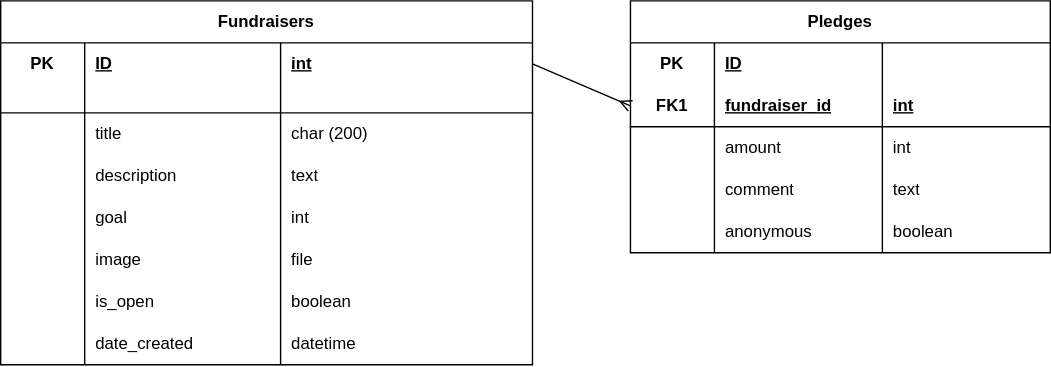
This is database.drawio.svg from stephanite9/crowdfunding_back_end, a draw.io export, as it was before one commit. Source tidied: cells renumbered, new cells last; positions are measured from the earlier drawing's top-left corner, leaving out a move shared by most shapes. Source of this version:
```xml
<mxGraphModel>
  <root>
    <mxCell id="0" />
    <mxCell id="1" parent="0" />
    <mxCell id="2" value="Fundraisers" style="shape=table;startSize=30;rowLines=0;fontStyle=1;align=center;html=1;whiteSpace=wrap;" parent="1" vertex="1">
      <mxGeometry width="380" height="260" as="geometry" />
    </mxCell>
    <mxCell id="3" style="shape=tableRow;horizontal=0;startSize=0;swimlaneHead=0;swimlaneBody=0;fillColor=none;points=[[0,0.5],[1,0.5]];portConstraint=eastwest;top=0;left=0;right=0;bottom=0;html=1;" parent="2" vertex="1">
      <mxGeometry y="30" width="380" height="30" as="geometry" />
    </mxCell>
    <mxCell id="4" value="PK" style="shape=partialRectangle;fillColor=none;top=0;left=0;bottom=0;right=0;fontStyle=1;overflow=hidden;html=1;whiteSpace=wrap;" parent="3" vertex="1">
      <mxGeometry width="60" height="30" as="geometry" />
    </mxCell>
    <mxCell id="5" value="ID" style="shape=partialRectangle;fillColor=none;top=0;left=0;bottom=0;right=0;align=left;spacingLeft=6;fontStyle=5;overflow=hidden;html=1;whiteSpace=wrap;" parent="3" vertex="1">
      <mxGeometry x="60" width="140" height="30" as="geometry" />
    </mxCell>
    <mxCell id="6" value="int" style="shape=partialRectangle;fillColor=none;top=0;left=0;bottom=0;right=0;align=left;spacingLeft=6;fontStyle=5;overflow=hidden;html=1;whiteSpace=wrap;" parent="3" vertex="1">
      <mxGeometry x="200" width="180" height="30" as="geometry" />
    </mxCell>
    <mxCell id="7" style="shape=tableRow;horizontal=0;startSize=0;swimlaneHead=0;swimlaneBody=0;fillColor=none;top=0;left=0;right=0;bottom=1;html=1;" parent="2" vertex="1">
      <mxGeometry y="60" width="380" height="20" as="geometry" />
    </mxCell>
    <mxCell id="8" style="shape=partialRectangle;fillColor=none;top=0;left=0;bottom=0;right=0;fontStyle=1;overflow=hidden;html=1;whiteSpace=wrap;" parent="7" vertex="1">
      <mxGeometry width="60" height="20" as="geometry" />
    </mxCell>
    <mxCell id="9" style="shape=partialRectangle;fillColor=none;top=0;left=0;bottom=0;right=0;align=left;spacingLeft=6;fontStyle=5;overflow=hidden;html=1;whiteSpace=wrap;" parent="7" vertex="1">
      <mxGeometry x="60" width="140" height="20" as="geometry" />
    </mxCell>
    <mxCell id="10" style="shape=partialRectangle;fillColor=none;top=0;left=0;bottom=0;right=0;align=left;spacingLeft=6;fontStyle=5;overflow=hidden;html=1;whiteSpace=wrap;" parent="7" vertex="1">
      <mxGeometry x="200" width="180" height="20" as="geometry" />
    </mxCell>
    <mxCell id="11" style="shape=tableRow;horizontal=0;startSize=0;swimlaneHead=0;swimlaneBody=0;fillColor=none;top=0;left=0;right=0;bottom=0;html=1;" parent="2" vertex="1">
      <mxGeometry y="80" width="380" height="30" as="geometry" />
    </mxCell>
    <mxCell id="12" style="shape=partialRectangle;fillColor=none;top=0;left=0;bottom=0;right=0;overflow=hidden;html=1;whiteSpace=wrap;" parent="11" vertex="1">
      <mxGeometry width="60" height="30" as="geometry" />
    </mxCell>
    <mxCell id="13" value="title" style="shape=partialRectangle;fillColor=none;top=0;left=0;bottom=0;right=0;align=left;spacingLeft=6;overflow=hidden;html=1;whiteSpace=wrap;" parent="11" vertex="1">
      <mxGeometry x="60" width="140" height="30" as="geometry" />
    </mxCell>
    <mxCell id="14" value="char (200)" style="shape=partialRectangle;fillColor=none;top=0;left=0;bottom=0;right=0;align=left;spacingLeft=6;overflow=hidden;html=1;whiteSpace=wrap;" parent="11" vertex="1">
      <mxGeometry x="200" width="180" height="30" as="geometry" />
    </mxCell>
    <mxCell id="15" style="shape=tableRow;horizontal=0;startSize=0;swimlaneHead=0;swimlaneBody=0;fillColor=none;top=0;left=0;right=0;bottom=0;html=1;" parent="2" vertex="1">
      <mxGeometry y="110" width="380" height="30" as="geometry" />
    </mxCell>
    <mxCell id="16" style="shape=partialRectangle;fillColor=none;top=0;left=0;bottom=0;right=0;overflow=hidden;html=1;whiteSpace=wrap;" parent="15" vertex="1">
      <mxGeometry width="60" height="30" as="geometry" />
    </mxCell>
    <mxCell id="17" value="description" style="shape=partialRectangle;fillColor=none;top=0;left=0;bottom=0;right=0;align=left;spacingLeft=6;overflow=hidden;html=1;whiteSpace=wrap;" parent="15" vertex="1">
      <mxGeometry x="60" width="140" height="30" as="geometry" />
    </mxCell>
    <mxCell id="18" value="text" style="shape=partialRectangle;fillColor=none;top=0;left=0;bottom=0;right=0;align=left;spacingLeft=6;overflow=hidden;html=1;whiteSpace=wrap;" parent="15" vertex="1">
      <mxGeometry x="200" width="180" height="30" as="geometry" />
    </mxCell>
    <mxCell id="19" style="shape=tableRow;horizontal=0;startSize=0;swimlaneHead=0;swimlaneBody=0;fillColor=none;top=0;left=0;right=0;bottom=0;html=1;" parent="2" vertex="1">
      <mxGeometry y="140" width="380" height="30" as="geometry" />
    </mxCell>
    <mxCell id="20" style="shape=partialRectangle;fillColor=none;top=0;left=0;bottom=0;right=0;overflow=hidden;html=1;whiteSpace=wrap;" parent="19" vertex="1">
      <mxGeometry width="60" height="30" as="geometry" />
    </mxCell>
    <mxCell id="21" value="goal" style="shape=partialRectangle;fillColor=none;top=0;left=0;bottom=0;right=0;align=left;spacingLeft=6;overflow=hidden;html=1;whiteSpace=wrap;" parent="19" vertex="1">
      <mxGeometry x="60" width="140" height="30" as="geometry" />
    </mxCell>
    <mxCell id="22" value="int" style="shape=partialRectangle;fillColor=none;top=0;left=0;bottom=0;right=0;align=left;spacingLeft=6;overflow=hidden;html=1;whiteSpace=wrap;" parent="19" vertex="1">
      <mxGeometry x="200" width="180" height="30" as="geometry" />
    </mxCell>
    <mxCell id="23" style="shape=tableRow;horizontal=0;startSize=0;swimlaneHead=0;swimlaneBody=0;fillColor=none;top=0;left=0;right=0;bottom=0;html=1;" parent="2" vertex="1">
      <mxGeometry y="170" width="380" height="30" as="geometry" />
    </mxCell>
    <mxCell id="24" style="shape=partialRectangle;fillColor=none;top=0;left=0;bottom=0;right=0;overflow=hidden;html=1;whiteSpace=wrap;" parent="23" vertex="1">
      <mxGeometry width="60" height="30" as="geometry" />
    </mxCell>
    <mxCell id="25" value="image" style="shape=partialRectangle;fillColor=none;top=0;left=0;bottom=0;right=0;align=left;spacingLeft=6;overflow=hidden;html=1;whiteSpace=wrap;" parent="23" vertex="1">
      <mxGeometry x="60" width="140" height="30" as="geometry" />
    </mxCell>
    <mxCell id="26" value="file" style="shape=partialRectangle;fillColor=none;top=0;left=0;bottom=0;right=0;align=left;spacingLeft=6;overflow=hidden;html=1;whiteSpace=wrap;" parent="23" vertex="1">
      <mxGeometry x="200" width="180" height="30" as="geometry" />
    </mxCell>
    <mxCell id="27" style="shape=tableRow;horizontal=0;startSize=0;swimlaneHead=0;swimlaneBody=0;fillColor=none;top=0;left=0;right=0;bottom=0;html=1;" parent="2" vertex="1">
      <mxGeometry y="200" width="380" height="30" as="geometry" />
    </mxCell>
    <mxCell id="28" style="shape=partialRectangle;fillColor=none;top=0;left=0;bottom=0;right=0;overflow=hidden;html=1;whiteSpace=wrap;" parent="27" vertex="1">
      <mxGeometry width="60" height="30" as="geometry" />
    </mxCell>
    <mxCell id="29" value="is_open" style="shape=partialRectangle;fillColor=none;top=0;left=0;bottom=0;right=0;align=left;spacingLeft=6;overflow=hidden;html=1;whiteSpace=wrap;" parent="27" vertex="1">
      <mxGeometry x="60" width="140" height="30" as="geometry" />
    </mxCell>
    <mxCell id="30" value="boolean" style="shape=partialRectangle;fillColor=none;top=0;left=0;bottom=0;right=0;align=left;spacingLeft=6;overflow=hidden;html=1;whiteSpace=wrap;" parent="27" vertex="1">
      <mxGeometry x="200" width="180" height="30" as="geometry" />
    </mxCell>
    <mxCell id="31" style="shape=tableRow;horizontal=0;startSize=0;swimlaneHead=0;swimlaneBody=0;fillColor=none;top=0;left=0;right=0;bottom=0;html=1;" parent="2" vertex="1">
      <mxGeometry y="230" width="380" height="30" as="geometry" />
    </mxCell>
    <mxCell id="32" style="shape=partialRectangle;fillColor=none;top=0;left=0;bottom=0;right=0;overflow=hidden;html=1;whiteSpace=wrap;" parent="31" vertex="1">
      <mxGeometry width="60" height="30" as="geometry" />
    </mxCell>
    <mxCell id="33" value="date_created" style="shape=partialRectangle;fillColor=none;top=0;left=0;bottom=0;right=0;align=left;spacingLeft=6;overflow=hidden;html=1;whiteSpace=wrap;" parent="31" vertex="1">
      <mxGeometry x="60" width="140" height="30" as="geometry" />
    </mxCell>
    <mxCell id="34" value="datetime" style="shape=partialRectangle;fillColor=none;top=0;left=0;bottom=0;right=0;align=left;spacingLeft=6;overflow=hidden;html=1;whiteSpace=wrap;" parent="31" vertex="1">
      <mxGeometry x="200" width="180" height="30" as="geometry" />
    </mxCell>
    <mxCell id="35" value="Pledges" style="shape=table;startSize=30;rowLines=0;fontStyle=1;align=center;html=1;whiteSpace=wrap;" parent="1" vertex="1">
      <mxGeometry x="450" width="300" height="180" as="geometry" />
    </mxCell>
    <mxCell id="36" style="shape=tableRow;horizontal=0;startSize=0;swimlaneHead=0;swimlaneBody=0;fillColor=none;top=0;left=0;right=0;bottom=0;html=1;" parent="35" vertex="1">
      <mxGeometry y="30" width="300" height="30" as="geometry" />
    </mxCell>
    <mxCell id="37" value="PK" style="shape=partialRectangle;fillColor=none;top=0;left=0;bottom=0;right=0;fontStyle=1;overflow=hidden;html=1;whiteSpace=wrap;" parent="36" vertex="1">
      <mxGeometry width="60" height="30" as="geometry" />
    </mxCell>
    <mxCell id="38" value="ID" style="shape=partialRectangle;fillColor=none;top=0;left=0;bottom=0;right=0;align=left;spacingLeft=6;fontStyle=5;overflow=hidden;html=1;whiteSpace=wrap;" parent="36" vertex="1">
      <mxGeometry x="60" width="120" height="30" as="geometry" />
    </mxCell>
    <mxCell id="39" style="shape=partialRectangle;fillColor=none;top=0;left=0;bottom=0;right=0;align=left;spacingLeft=6;fontStyle=5;overflow=hidden;html=1;whiteSpace=wrap;" parent="36" vertex="1">
      <mxGeometry x="180" width="120" height="30" as="geometry" />
    </mxCell>
    <mxCell id="40" style="shape=tableRow;horizontal=0;startSize=0;swimlaneHead=0;swimlaneBody=0;fillColor=none;points=[[0,0.5],[1,0.5]];portConstraint=eastwest;top=0;left=0;right=0;bottom=1;html=1;" parent="35" vertex="1">
      <mxGeometry y="60" width="300" height="30" as="geometry" />
    </mxCell>
    <mxCell id="41" value="FK1" style="shape=partialRectangle;fillColor=none;top=0;left=0;bottom=0;right=0;fontStyle=1;overflow=hidden;html=1;whiteSpace=wrap;" parent="40" vertex="1">
      <mxGeometry width="60" height="30" as="geometry" />
    </mxCell>
    <mxCell id="42" value="fundraiser_id" style="shape=partialRectangle;fillColor=none;top=0;left=0;bottom=0;right=0;align=left;spacingLeft=6;fontStyle=5;overflow=hidden;html=1;whiteSpace=wrap;" parent="40" vertex="1">
      <mxGeometry x="60" width="120" height="30" as="geometry" />
    </mxCell>
    <mxCell id="43" value="int" style="shape=partialRectangle;fillColor=none;top=0;left=0;bottom=0;right=0;align=left;spacingLeft=6;fontStyle=5;overflow=hidden;html=1;whiteSpace=wrap;" parent="40" vertex="1">
      <mxGeometry x="180" width="120" height="30" as="geometry" />
    </mxCell>
    <mxCell id="44" style="shape=tableRow;horizontal=0;startSize=0;swimlaneHead=0;swimlaneBody=0;fillColor=none;top=0;left=0;right=0;bottom=0;html=1;" parent="35" vertex="1">
      <mxGeometry y="90" width="300" height="30" as="geometry" />
    </mxCell>
    <mxCell id="45" style="shape=partialRectangle;fillColor=none;top=0;left=0;bottom=0;right=0;overflow=hidden;html=1;whiteSpace=wrap;" parent="44" vertex="1">
      <mxGeometry width="60" height="30" as="geometry" />
    </mxCell>
    <mxCell id="46" value="amount" style="shape=partialRectangle;fillColor=none;top=0;left=0;bottom=0;right=0;align=left;spacingLeft=6;overflow=hidden;html=1;whiteSpace=wrap;" parent="44" vertex="1">
      <mxGeometry x="60" width="120" height="30" as="geometry" />
    </mxCell>
    <mxCell id="47" value="int" style="shape=partialRectangle;fillColor=none;top=0;left=0;bottom=0;right=0;align=left;spacingLeft=6;overflow=hidden;html=1;whiteSpace=wrap;" parent="44" vertex="1">
      <mxGeometry x="180" width="120" height="30" as="geometry" />
    </mxCell>
    <mxCell id="48" style="shape=tableRow;horizontal=0;startSize=0;swimlaneHead=0;swimlaneBody=0;fillColor=none;top=0;left=0;right=0;bottom=0;html=1;" parent="35" vertex="1">
      <mxGeometry y="120" width="300" height="30" as="geometry" />
    </mxCell>
    <mxCell id="49" style="shape=partialRectangle;fillColor=none;top=0;left=0;bottom=0;right=0;overflow=hidden;html=1;whiteSpace=wrap;" parent="48" vertex="1">
      <mxGeometry width="60" height="30" as="geometry" />
    </mxCell>
    <mxCell id="50" value="comment" style="shape=partialRectangle;fillColor=none;top=0;left=0;bottom=0;right=0;align=left;spacingLeft=6;overflow=hidden;html=1;whiteSpace=wrap;" parent="48" vertex="1">
      <mxGeometry x="60" width="120" height="30" as="geometry" />
    </mxCell>
    <mxCell id="51" value="text" style="shape=partialRectangle;fillColor=none;top=0;left=0;bottom=0;right=0;align=left;spacingLeft=6;overflow=hidden;html=1;whiteSpace=wrap;" parent="48" vertex="1">
      <mxGeometry x="180" width="120" height="30" as="geometry" />
    </mxCell>
    <mxCell id="52" style="shape=tableRow;horizontal=0;startSize=0;swimlaneHead=0;swimlaneBody=0;fillColor=none;top=0;left=0;right=0;bottom=0;html=1;" parent="35" vertex="1">
      <mxGeometry y="150" width="300" height="30" as="geometry" />
    </mxCell>
    <mxCell id="53" style="shape=partialRectangle;fillColor=none;top=0;left=0;bottom=0;right=0;overflow=hidden;html=1;whiteSpace=wrap;" parent="52" vertex="1">
      <mxGeometry width="60" height="30" as="geometry" />
    </mxCell>
    <mxCell id="54" value="anonymous" style="shape=partialRectangle;fillColor=none;top=0;left=0;bottom=0;right=0;align=left;spacingLeft=6;overflow=hidden;html=1;whiteSpace=wrap;" parent="52" vertex="1">
      <mxGeometry x="60" width="120" height="30" as="geometry" />
    </mxCell>
    <mxCell id="55" value="boolean" style="shape=partialRectangle;fillColor=none;top=0;left=0;bottom=0;right=0;align=left;spacingLeft=6;overflow=hidden;html=1;whiteSpace=wrap;" parent="52" vertex="1">
      <mxGeometry x="180" width="120" height="30" as="geometry" />
    </mxCell>
    <mxCell id="56" style="edgeStyle=none;html=1;exitX=1;exitY=0.5;exitDx=0;exitDy=0;entryX=0;entryY=0.5;entryDx=0;entryDy=0;endArrow=ERmany;endFill=0;" parent="1" edge="1" source="3" target="40">
      <mxGeometry relative="1" as="geometry" />
    </mxCell>
  </root>
</mxGraphModel>
```
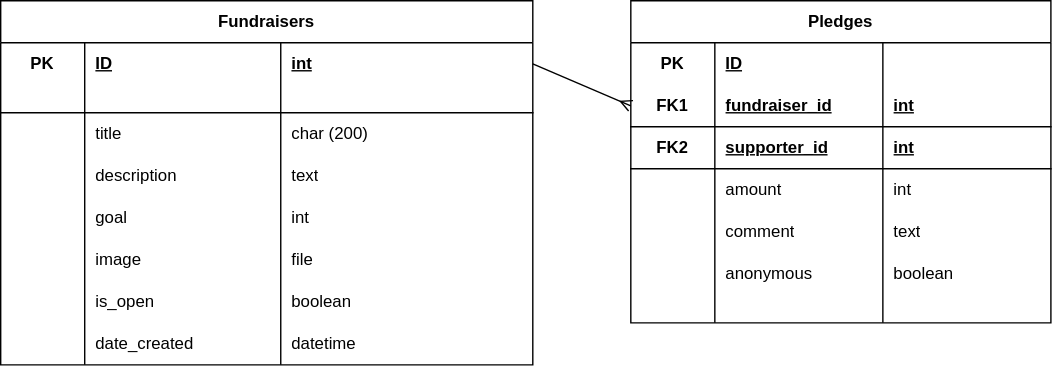
After the change.

Change to the diagram source:
```diff
@@ -102,7 +102,7 @@
       <mxGeometry x="200" width="180" height="30" as="geometry" />
     </mxCell>
     <mxCell id="35" value="Pledges" style="shape=table;startSize=30;rowLines=0;fontStyle=1;align=center;html=1;whiteSpace=wrap;" parent="1" vertex="1">
-      <mxGeometry x="450" width="300" height="180" as="geometry" />
+      <mxGeometry x="450" width="300" height="230" as="geometry" />
     </mxCell>
     <mxCell id="36" style="shape=tableRow;horizontal=0;startSize=0;swimlaneHead=0;swimlaneBody=0;fillColor=none;top=0;left=0;right=0;bottom=0;html=1;" parent="35" vertex="1">
       <mxGeometry y="30" width="300" height="30" as="geometry" />
@@ -128,8 +128,20 @@
     <mxCell id="43" value="int" style="shape=partialRectangle;fillColor=none;top=0;left=0;bottom=0;right=0;align=left;spacingLeft=6;fontStyle=5;overflow=hidden;html=1;whiteSpace=wrap;" parent="40" vertex="1">
       <mxGeometry x="180" width="120" height="30" as="geometry" />
     </mxCell>
+    <mxCell id="57" style="shape=tableRow;horizontal=0;startSize=0;swimlaneHead=0;swimlaneBody=0;fillColor=none;top=0;left=0;right=0;bottom=1;html=1;" parent="35" vertex="1">
+      <mxGeometry y="90" width="300" height="30" as="geometry" />
+    </mxCell>
+    <mxCell id="58" value="FK2" style="shape=partialRectangle;fillColor=none;top=0;left=0;bottom=0;right=0;fontStyle=1;overflow=hidden;html=1;whiteSpace=wrap;" parent="57" vertex="1">
+      <mxGeometry width="60" height="30" as="geometry" />
+    </mxCell>
+    <mxCell id="59" value="supporter_id" style="shape=partialRectangle;fillColor=none;top=0;left=0;bottom=0;right=0;align=left;spacingLeft=6;fontStyle=5;overflow=hidden;html=1;whiteSpace=wrap;" parent="57" vertex="1">
+      <mxGeometry x="60" width="120" height="30" as="geometry" />
+    </mxCell>
+    <mxCell id="60" value="int" style="shape=partialRectangle;fillColor=none;top=0;left=0;bottom=0;right=0;align=left;spacingLeft=6;fontStyle=5;overflow=hidden;html=1;whiteSpace=wrap;" parent="57" vertex="1">
+      <mxGeometry x="180" width="120" height="30" as="geometry" />
+    </mxCell>
     <mxCell id="44" style="shape=tableRow;horizontal=0;startSize=0;swimlaneHead=0;swimlaneBody=0;fillColor=none;top=0;left=0;right=0;bottom=0;html=1;" parent="35" vertex="1">
-      <mxGeometry y="90" width="300" height="30" as="geometry" />
+      <mxGeometry y="120" width="300" height="30" as="geometry" />
     </mxCell>
     <mxCell id="45" style="shape=partialRectangle;fillColor=none;top=0;left=0;bottom=0;right=0;overflow=hidden;html=1;whiteSpace=wrap;" parent="44" vertex="1">
       <mxGeometry width="60" height="30" as="geometry" />
@@ -141,7 +153,7 @@
       <mxGeometry x="180" width="120" height="30" as="geometry" />
     </mxCell>
     <mxCell id="48" style="shape=tableRow;horizontal=0;startSize=0;swimlaneHead=0;swimlaneBody=0;fillColor=none;top=0;left=0;right=0;bottom=0;html=1;" parent="35" vertex="1">
-      <mxGeometry y="120" width="300" height="30" as="geometry" />
+      <mxGeometry y="150" width="300" height="30" as="geometry" />
     </mxCell>
     <mxCell id="49" style="shape=partialRectangle;fillColor=none;top=0;left=0;bottom=0;right=0;overflow=hidden;html=1;whiteSpace=wrap;" parent="48" vertex="1">
       <mxGeometry width="60" height="30" as="geometry" />
@@ -153,9 +165,9 @@
       <mxGeometry x="180" width="120" height="30" as="geometry" />
     </mxCell>
     <mxCell id="52" style="shape=tableRow;horizontal=0;startSize=0;swimlaneHead=0;swimlaneBody=0;fillColor=none;top=0;left=0;right=0;bottom=0;html=1;" parent="35" vertex="1">
-      <mxGeometry y="150" width="300" height="30" as="geometry" />
+      <mxGeometry y="180" width="300" height="30" as="geometry" />
     </mxCell>
-    <mxCell id="53" style="shape=partialRectangle;fillColor=none;top=0;left=0;bottom=0;right=0;overflow=hidden;html=1;whiteSpace=wrap;" parent="52" vertex="1">
+    <mxCell id="53" value="&lt;div&gt;&lt;br&gt;&lt;/div&gt;&lt;div&gt;&lt;br&gt;&lt;/div&gt;" style="shape=partialRectangle;fillColor=none;top=0;left=0;bottom=0;right=0;overflow=hidden;html=1;whiteSpace=wrap;" parent="52" vertex="1">
       <mxGeometry width="60" height="30" as="geometry" />
     </mxCell>
     <mxCell id="54" value="anonymous" style="shape=partialRectangle;fillColor=none;top=0;left=0;bottom=0;right=0;align=left;spacingLeft=6;overflow=hidden;html=1;whiteSpace=wrap;" parent="52" vertex="1">
@@ -164,6 +176,18 @@
     <mxCell id="55" value="boolean" style="shape=partialRectangle;fillColor=none;top=0;left=0;bottom=0;right=0;align=left;spacingLeft=6;overflow=hidden;html=1;whiteSpace=wrap;" parent="52" vertex="1">
       <mxGeometry x="180" width="120" height="30" as="geometry" />
     </mxCell>
+    <mxCell id="61" style="shape=tableRow;horizontal=0;startSize=0;swimlaneHead=0;swimlaneBody=0;fillColor=none;top=0;left=0;right=0;bottom=0;html=1;" parent="35" vertex="1">
+      <mxGeometry y="210" width="300" height="20" as="geometry" />
+    </mxCell>
+    <mxCell id="62" style="shape=partialRectangle;fillColor=none;top=0;left=0;bottom=0;right=0;overflow=hidden;html=1;whiteSpace=wrap;" parent="61" vertex="1">
+      <mxGeometry width="60" height="20" as="geometry" />
+    </mxCell>
+    <mxCell id="63" style="shape=partialRectangle;fillColor=none;top=0;left=0;bottom=0;right=0;align=left;spacingLeft=6;overflow=hidden;html=1;whiteSpace=wrap;" parent="61" vertex="1">
+      <mxGeometry x="60" width="120" height="20" as="geometry" />
+    </mxCell>
+    <mxCell id="64" style="shape=partialRectangle;fillColor=none;top=0;left=0;bottom=0;right=0;align=left;spacingLeft=6;overflow=hidden;html=1;whiteSpace=wrap;" parent="61" vertex="1">
+      <mxGeometry x="180" width="120" height="20" as="geometry" />
+    </mxCell>
     <mxCell id="56" style="edgeStyle=none;html=1;exitX=1;exitY=0.5;exitDx=0;exitDy=0;entryX=0;entryY=0.5;entryDx=0;entryDy=0;endArrow=ERmany;endFill=0;" parent="1" edge="1" source="3" target="40">
       <mxGeometry relative="1" as="geometry" />
     </mxCell>
```
